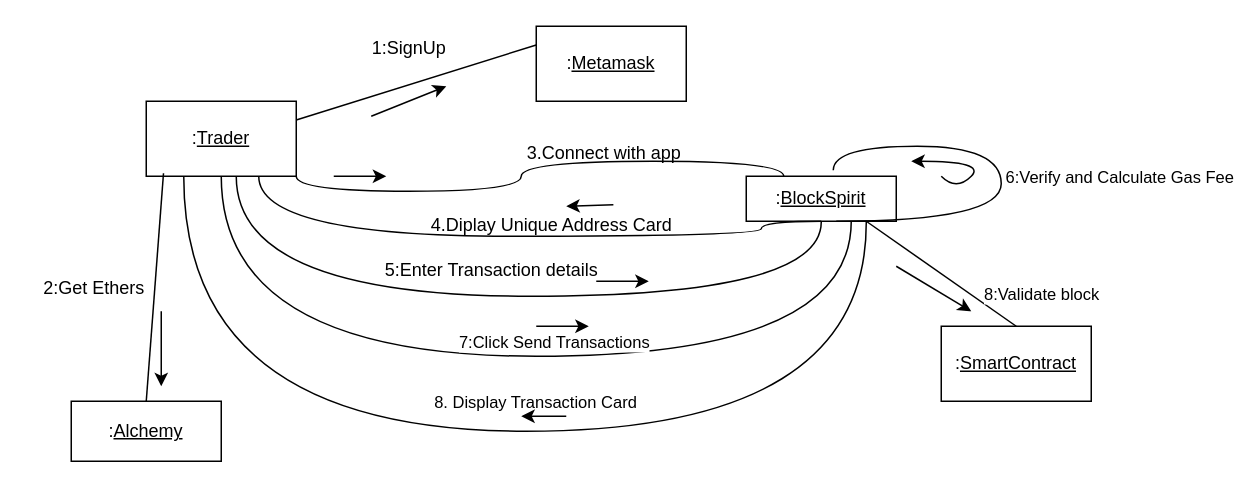
Before: collab.drawio in CODEX108/Computer-Security, a draw.io diagram. Source tidied: cells renumbered, new cells numbered last; positions are measured from the earlier drawing's top-left corner, leaving out a move shared by most shapes. Both pictures are drawn from the tidied source at 150%, with x=0, y=0 at pixel (26, 26).
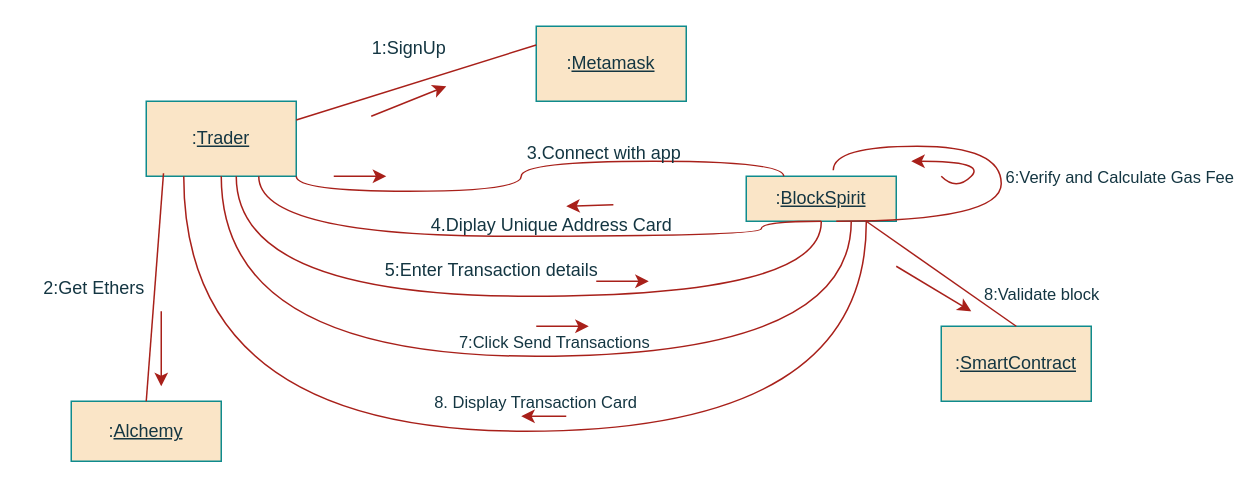
The same page after the edit.

The edit, as a diff of the source:
```diff
@@
-    <mxCell id="2" value=":&lt;u&gt;Trader&lt;/u&gt;" style="html=1;whiteSpace=wrap;" parent="1" vertex="1">
+    <mxCell id="2" value=":&lt;u&gt;Trader&lt;/u&gt;" style="html=1;whiteSpace=wrap;labelBackgroundColor=none;fillColor=#FAE5C7;strokeColor=#0F8B8D;fontColor=#143642;" parent="1" vertex="1">
       <mxGeometry x="80" y="50" width="100" height="50" as="geometry" />
     </mxCell>
-    <mxCell id="3" value=":&lt;u&gt;BlockSpirit&lt;/u&gt;" style="html=1;whiteSpace=wrap;" parent="1" vertex="1">
+    <mxCell id="3" value=":&lt;u&gt;BlockSpirit&lt;/u&gt;" style="html=1;whiteSpace=wrap;labelBackgroundColor=none;fillColor=#FAE5C7;strokeColor=#0F8B8D;fontColor=#143642;" parent="1" vertex="1">
       <mxGeometry x="480" y="100" width="100" height="30" as="geometry" />
     </mxCell>
-    <mxCell id="4" value=":&lt;u&gt;Metamask&lt;/u&gt;" style="html=1;whiteSpace=wrap;" parent="1" vertex="1">
+    <mxCell id="4" value=":&lt;u&gt;Metamask&lt;/u&gt;" style="html=1;whiteSpace=wrap;labelBackgroundColor=none;fillColor=#FAE5C7;strokeColor=#0F8B8D;fontColor=#143642;" parent="1" vertex="1">
       <mxGeometry x="340" width="100" height="50" as="geometry" />
     </mxCell>
-    <mxCell id="5" value=":&lt;u&gt;SmartContract&lt;/u&gt;" style="html=1;whiteSpace=wrap;" parent="1" vertex="1">
+    <mxCell id="5" value=":&lt;u&gt;SmartContract&lt;/u&gt;" style="html=1;whiteSpace=wrap;labelBackgroundColor=none;fillColor=#FAE5C7;strokeColor=#0F8B8D;fontColor=#143642;" parent="1" vertex="1">
       <mxGeometry x="610" y="200" width="100" height="50" as="geometry" />
     </mxCell>
-    <mxCell id="6" style="endArrow=none;html=1;rounded=0;exitX=1;exitY=0.25;exitDx=0;exitDy=0;entryX=0;entryY=0.25;entryDx=0;entryDy=0;" parent="1" edge="1" source="2" target="4">
+    <mxCell id="6" style="endArrow=none;html=1;rounded=0;exitX=1;exitY=0.25;exitDx=0;exitDy=0;entryX=0;entryY=0.25;entryDx=0;entryDy=0;labelBackgroundColor=none;strokeColor=#A8201A;fontColor=default;" parent="1" edge="1" source="2" target="4">
       <mxGeometry relative="1" as="geometry" />
     </mxCell>
-    <mxCell id="7" style="endArrow=classic;html=1;rounded=0;" parent="1" edge="1">
+    <mxCell id="7" style="endArrow=classic;html=1;rounded=0;labelBackgroundColor=none;strokeColor=#A8201A;fontColor=default;" parent="1" edge="1">
       <mxGeometry relative="1" as="geometry">
         <mxPoint x="230" y="60" as="sourcePoint" />
         <mxPoint x="280" y="40" as="targetPoint" />
       </mxGeometry>
     </mxCell>
-    <mxCell id="8" value="1:SignUp" style="text;html=1;align=center;verticalAlign=middle;strokeColor=none;fillColor=none;" parent="1" vertex="1">
+    <mxCell id="8" value="1:SignUp" style="text;html=1;align=center;verticalAlign=middle;strokeColor=none;fillColor=none;labelBackgroundColor=none;fontColor=#143642;" parent="1" vertex="1">
       <mxGeometry x="220" width="70" height="30" as="geometry" />
     </mxCell>
-    <mxCell id="9" value=":&lt;u&gt;Alchemy&lt;/u&gt;" style="html=1;whiteSpace=wrap;" parent="1" vertex="1">
+    <mxCell id="9" value=":&lt;u&gt;Alchemy&lt;/u&gt;" style="html=1;whiteSpace=wrap;labelBackgroundColor=none;fillColor=#FAE5C7;strokeColor=#0F8B8D;fontColor=#143642;" parent="1" vertex="1">
       <mxGeometry x="30" y="250" width="100" height="40" as="geometry" />
     </mxCell>
-    <mxCell id="10" style="endArrow=none;html=1;rounded=0;entryX=0.5;entryY=0;entryDx=0;entryDy=0;exitX=0.115;exitY=0.96;exitDx=0;exitDy=0;exitPerimeter=0;" parent="1" edge="1" source="2" target="9">
+    <mxCell id="10" style="endArrow=none;html=1;rounded=0;entryX=0.5;entryY=0;entryDx=0;entryDy=0;exitX=0.115;exitY=0.96;exitDx=0;exitDy=0;exitPerimeter=0;labelBackgroundColor=none;strokeColor=#A8201A;fontColor=default;" parent="1" edge="1" source="2" target="9">
       <mxGeometry relative="1" as="geometry" />
     </mxCell>
-    <mxCell id="11" style="endArrow=classic;html=1;rounded=0;" parent="1" edge="1">
+    <mxCell id="11" style="endArrow=classic;html=1;rounded=0;labelBackgroundColor=none;strokeColor=#A8201A;fontColor=default;" parent="1" edge="1">
       <mxGeometry relative="1" as="geometry">
         <mxPoint x="90" y="190" as="sourcePoint" />
         <mxPoint x="90" y="240" as="targetPoint" />
       </mxGeometry>
     </mxCell>
-    <mxCell id="12" value="2:Get Ethers" style="text;html=1;align=center;verticalAlign=middle;strokeColor=none;fillColor=none;" parent="1" vertex="1">
+    <mxCell id="12" value="2:Get Ethers" style="text;html=1;align=center;verticalAlign=middle;strokeColor=none;fillColor=none;labelBackgroundColor=none;fontColor=#143642;" parent="1" vertex="1">
       <mxGeometry y="160" width="90" height="30" as="geometry" />
     </mxCell>
-    <mxCell id="13" style="endArrow=none;html=1;rounded=0;exitX=1;exitY=1;exitDx=0;exitDy=0;entryX=0.25;entryY=0;entryDx=0;entryDy=0;edgeStyle=orthogonalEdgeStyle;curved=1;" parent="1" edge="1" source="2" target="3">
+    <mxCell id="13" style="endArrow=none;html=1;rounded=0;exitX=1;exitY=1;exitDx=0;exitDy=0;entryX=0.25;entryY=0;entryDx=0;entryDy=0;edgeStyle=orthogonalEdgeStyle;curved=1;labelBackgroundColor=none;strokeColor=#A8201A;fontColor=default;" parent="1" edge="1" source="2" target="3">
       <mxGeometry relative="1" as="geometry" />
     </mxCell>
-    <mxCell id="14" value="3.Connect with app" style="text;html=1;align=center;verticalAlign=middle;strokeColor=none;fillColor=none;" parent="1" vertex="1">
+    <mxCell id="14" value="3.Connect with app" style="text;html=1;align=center;verticalAlign=middle;strokeColor=none;fillColor=none;labelBackgroundColor=none;fontColor=#143642;" parent="1" vertex="1">
       <mxGeometry x="320" y="70" width="130" height="30" as="geometry" />
     </mxCell>
-    <mxCell id="15" style="endArrow=none;html=1;rounded=0;entryX=0.5;entryY=1;entryDx=0;entryDy=0;exitX=0.75;exitY=1;exitDx=0;exitDy=0;edgeStyle=orthogonalEdgeStyle;curved=1;" parent="1" edge="1" source="2" target="3">
+    <mxCell id="15" style="endArrow=none;html=1;rounded=0;entryX=0.5;entryY=1;entryDx=0;entryDy=0;exitX=0.75;exitY=1;exitDx=0;exitDy=0;edgeStyle=orthogonalEdgeStyle;curved=1;labelBackgroundColor=none;strokeColor=#A8201A;fontColor=default;" parent="1" edge="1" source="2" target="3">
       <mxGeometry relative="1" as="geometry">
         <Array as="points">
           <mxPoint x="155" y="140" />
           <mxPoint x="490" y="140" />
           <mxPoint x="490" y="130" />
         </Array>
       </mxGeometry>
     </mxCell>
-    <mxCell id="16" value="4.Diplay Unique Address Card" style="text;html=1;align=center;verticalAlign=middle;points=[];strokeColor=none;fillColor=none;" parent="1" vertex="1">
+    <mxCell id="16" value="4.Diplay Unique Address Card" style="text;html=1;align=center;verticalAlign=middle;points=[];strokeColor=none;fillColor=none;labelBackgroundColor=none;fontColor=#143642;" parent="1" vertex="1">
       <mxGeometry x="255" y="118" width="190" height="30" as="geometry" />
     </mxCell>
-    <mxCell id="17" style="endArrow=none;html=1;rounded=0;edgeStyle=orthogonalEdgeStyle;curved=1;exitX=0.6;exitY=1;exitDx=0;exitDy=0;exitPerimeter=0;" parent="1" edge="1" source="2">
+    <mxCell id="17" style="endArrow=none;html=1;rounded=0;edgeStyle=orthogonalEdgeStyle;curved=1;exitX=0.6;exitY=1;exitDx=0;exitDy=0;exitPerimeter=0;labelBackgroundColor=none;strokeColor=#A8201A;fontColor=default;" parent="1" edge="1" source="2">
       <mxGeometry relative="1" as="geometry">
         <mxPoint x="530" y="130" as="targetPoint" />
         <Array as="points">
           <mxPoint x="140" y="180" />
           <mxPoint x="531" y="180" />
         </Array>
       </mxGeometry>
     </mxCell>
-    <mxCell id="18" value="5:Enter Transaction details" style="text;html=1;align=center;verticalAlign=middle;strokeColor=none;fillColor=none;" parent="1" vertex="1">
+    <mxCell id="18" value="5:Enter Transaction details" style="text;html=1;align=center;verticalAlign=middle;strokeColor=none;fillColor=none;labelBackgroundColor=none;fontColor=#143642;" parent="1" vertex="1">
       <mxGeometry x="225" y="148" width="170" height="30" as="geometry" />
     </mxCell>
-    <mxCell id="19" style="endArrow=none;html=1;rounded=0;entryX=0.6;entryY=1;entryDx=0;entryDy=0;edgeStyle=orthogonalEdgeStyle;curved=1;entryPerimeter=0;exitX=0.58;exitY=-0.133;exitDx=0;exitDy=0;exitPerimeter=0;" parent="1" edge="1" source="3" target="3">
+    <mxCell id="19" style="endArrow=none;html=1;rounded=0;entryX=0.6;entryY=1;entryDx=0;entryDy=0;edgeStyle=orthogonalEdgeStyle;curved=1;entryPerimeter=0;exitX=0.58;exitY=-0.133;exitDx=0;exitDy=0;exitPerimeter=0;labelBackgroundColor=none;strokeColor=#A8201A;fontColor=default;" parent="1" edge="1" source="3" target="3">
       <mxGeometry relative="1" as="geometry">
         <Array as="points">
           <mxPoint x="538" y="80" />
           <mxPoint x="650" y="80" />
           <mxPoint x="650" y="130" />
         </Array>
       </mxGeometry>
     </mxCell>
-    <mxCell id="20" value="6:Verify and Calculate Gas Fee" style="edgeLabel;html=1;align=center;verticalAlign=middle;" parent="19" vertex="1">
+    <mxCell id="20" value="6:Verify and Calculate Gas Fee" style="edgeLabel;html=1;align=center;verticalAlign=middle;labelBackgroundColor=none;fontColor=#143642;" parent="19" vertex="1">
       <mxGeometry x="-0.7" y="-6" relative="1" as="geometry">
         <mxPoint x="164" y="14" as="offset" />
       </mxGeometry>
     </mxCell>
-    <mxCell id="21" style="endArrow=none;html=1;rounded=0;exitX=0.5;exitY=1;exitDx=0;exitDy=0;edgeStyle=orthogonalEdgeStyle;curved=1;" parent="1" edge="1" source="2">
+    <mxCell id="21" style="endArrow=none;html=1;rounded=0;exitX=0.5;exitY=1;exitDx=0;exitDy=0;edgeStyle=orthogonalEdgeStyle;curved=1;labelBackgroundColor=none;strokeColor=#A8201A;fontColor=default;" parent="1" edge="1" source="2">
       <mxGeometry relative="1" as="geometry">
         <mxPoint x="550" y="130" as="targetPoint" />
         <Array as="points">
           <mxPoint x="130" y="220" />
           <mxPoint x="550" y="220" />
         </Array>
       </mxGeometry>
     </mxCell>
-    <mxCell id="22" value="7:Click Send Transactions" style="edgeLabel;html=1;align=center;verticalAlign=middle;" parent="21" vertex="1">
+    <mxCell id="22" value="7:Click Send Transactions" style="edgeLabel;html=1;align=center;verticalAlign=middle;labelBackgroundColor=none;fontColor=#143642;" parent="21" vertex="1">
       <mxGeometry x="0.04" y="8" relative="1" as="geometry">
         <mxPoint x="13" y="-2" as="offset" />
       </mxGeometry>
     </mxCell>
-    <mxCell id="23" style="endArrow=none;html=1;rounded=0;exitX=0.5;exitY=0;exitDx=0;exitDy=0;" parent="1" edge="1" source="5">
+    <mxCell id="23" style="endArrow=none;html=1;rounded=0;exitX=0.5;exitY=0;exitDx=0;exitDy=0;labelBackgroundColor=none;strokeColor=#A8201A;fontColor=default;" parent="1" edge="1" source="5">
       <mxGeometry relative="1" as="geometry">
         <mxPoint x="560" y="130" as="targetPoint" />
       </mxGeometry>
     </mxCell>
-    <mxCell id="24" value="8:Validate block&amp;nbsp;&amp;nbsp;" style="edgeLabel;html=1;align=center;verticalAlign=middle;" parent="23" vertex="1">
+    <mxCell id="24" value="8:Validate block&amp;nbsp;&amp;nbsp;" style="edgeLabel;html=1;align=center;verticalAlign=middle;labelBackgroundColor=none;fontColor=#143642;" parent="23" vertex="1">
       <mxGeometry x="-0.27" y="-6" relative="1" as="geometry">
         <mxPoint x="53" y="9" as="offset" />
       </mxGeometry>
     </mxCell>
-    <mxCell id="25" style="endArrow=none;html=1;rounded=0;exitX=0.25;exitY=1;exitDx=0;exitDy=0;edgeStyle=orthogonalEdgeStyle;curved=1;" parent="1" edge="1" source="2">
+    <mxCell id="25" style="endArrow=none;html=1;rounded=0;exitX=0.25;exitY=1;exitDx=0;exitDy=0;edgeStyle=orthogonalEdgeStyle;curved=1;labelBackgroundColor=none;strokeColor=#A8201A;fontColor=default;" parent="1" edge="1" source="2">
       <mxGeometry relative="1" as="geometry">
         <mxPoint x="560" y="130" as="targetPoint" />
         <Array as="points">
           <mxPoint x="105" y="270" />
           <mxPoint x="561" y="270" />
         </Array>
       </mxGeometry>
     </mxCell>
-    <mxCell id="26" value="8. Display Transaction Card&amp;nbsp;" style="edgeLabel;html=1;align=center;verticalAlign=middle;" parent="25" vertex="1">
+    <mxCell id="26" value="8. Display Transaction Card&amp;nbsp;" style="edgeLabel;html=1;align=center;verticalAlign=middle;labelBackgroundColor=none;fontColor=#143642;" parent="25" vertex="1">
       <mxGeometry x="0.01" y="7" relative="1" as="geometry">
         <mxPoint x="18" y="-13" as="offset" />
       </mxGeometry>
     </mxCell>
-    <mxCell id="27" style="endArrow=classic;html=1;rounded=0;" parent="1" edge="1">
+    <mxCell id="27" style="endArrow=classic;html=1;rounded=0;labelBackgroundColor=none;strokeColor=#A8201A;fontColor=default;" parent="1" edge="1">
       <mxGeometry relative="1" as="geometry">
         <mxPoint x="580" y="160" as="sourcePoint" />
         <mxPoint x="630" y="190" as="targetPoint" />
       </mxGeometry>
     </mxCell>
-    <mxCell id="28" style="endArrow=classic;html=1;rounded=0;" parent="1" edge="1">
+    <mxCell id="28" style="endArrow=classic;html=1;rounded=0;labelBackgroundColor=none;strokeColor=#A8201A;fontColor=default;" parent="1" edge="1">
       <mxGeometry relative="1" as="geometry">
         <mxPoint x="205" y="100" as="sourcePoint" />
         <mxPoint x="240" y="100" as="targetPoint" />
       </mxGeometry>
     </mxCell>
-    <mxCell id="29" style="endArrow=classic;html=1;rounded=0;exitX=0.718;exitY=0.033;exitDx=0;exitDy=0;exitPerimeter=0;" parent="1" edge="1" source="16">
+    <mxCell id="29" style="endArrow=classic;html=1;rounded=0;exitX=0.718;exitY=0.033;exitDx=0;exitDy=0;exitPerimeter=0;labelBackgroundColor=none;strokeColor=#A8201A;fontColor=default;" parent="1" edge="1" source="16">
       <mxGeometry relative="1" as="geometry">
         <mxPoint x="360" y="120" as="targetPoint" />
       </mxGeometry>
     </mxCell>
-    <mxCell id="30" style="endArrow=classic;html=1;rounded=0;" parent="1" edge="1">
+    <mxCell id="30" style="endArrow=classic;html=1;rounded=0;labelBackgroundColor=none;strokeColor=#A8201A;fontColor=default;" parent="1" edge="1">
       <mxGeometry relative="1" as="geometry">
         <mxPoint x="380" y="170" as="sourcePoint" />
         <mxPoint x="415" y="170" as="targetPoint" />
       </mxGeometry>
     </mxCell>
-    <mxCell id="31" style="endArrow=classic;html=1;rounded=0;" parent="1" edge="1">
+    <mxCell id="31" style="endArrow=classic;html=1;rounded=0;labelBackgroundColor=none;strokeColor=#A8201A;fontColor=default;" parent="1" edge="1">
       <mxGeometry relative="1" as="geometry">
         <mxPoint x="360" y="260" as="sourcePoint" />
         <mxPoint x="330" y="260" as="targetPoint" />
       </mxGeometry>
     </mxCell>
-    <mxCell id="32" style="endArrow=classic;html=1;rounded=0;" parent="1" edge="1">
+    <mxCell id="32" style="endArrow=classic;html=1;rounded=0;labelBackgroundColor=none;strokeColor=#A8201A;fontColor=default;" parent="1" edge="1">
       <mxGeometry relative="1" as="geometry">
         <mxPoint x="340" y="200" as="sourcePoint" />
         <mxPoint x="375" y="200" as="targetPoint" />
       </mxGeometry>
     </mxCell>
-    <mxCell id="33" style="curved=1;endArrow=classic;html=1;rounded=0;" parent="1" edge="1">
+    <mxCell id="33" style="curved=1;endArrow=classic;html=1;rounded=0;labelBackgroundColor=none;strokeColor=#A8201A;fontColor=default;" parent="1" edge="1">
       <mxGeometry relative="1" as="geometry">
         <mxPoint x="610" y="100" as="sourcePoint" />
         <mxPoint x="590" y="90" as="targetPoint" />
         <Array as="points">
           <mxPoint x="620" y="110" />
           <mxPoint x="640" y="90" />
         </Array>
       </mxGeometry>
     </mxCell>
```
